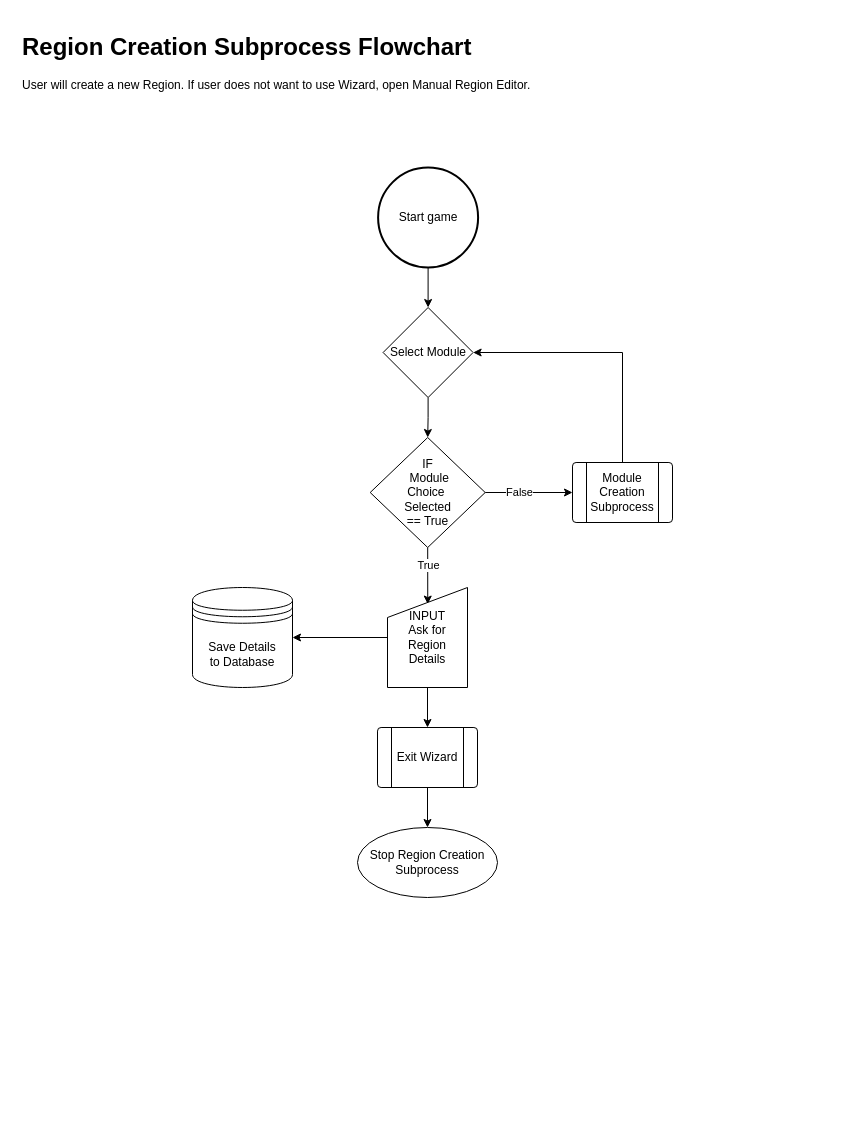
Above: Phase2/Flowcharts/modgodToolset/ModGod/Creation/Region/ModGodRegionCreationLuke.drawio in RPG-Research/bcirpg (draw.io), before the change. Source tidied: cells renumbered, new cells numbered last; positions are measured from the earlier drawing's top-left corner, leaving out a move shared by most shapes. Both pictures are drawn from the tidied source at 100%, with x=0, y=0 at pixel (17, 27).
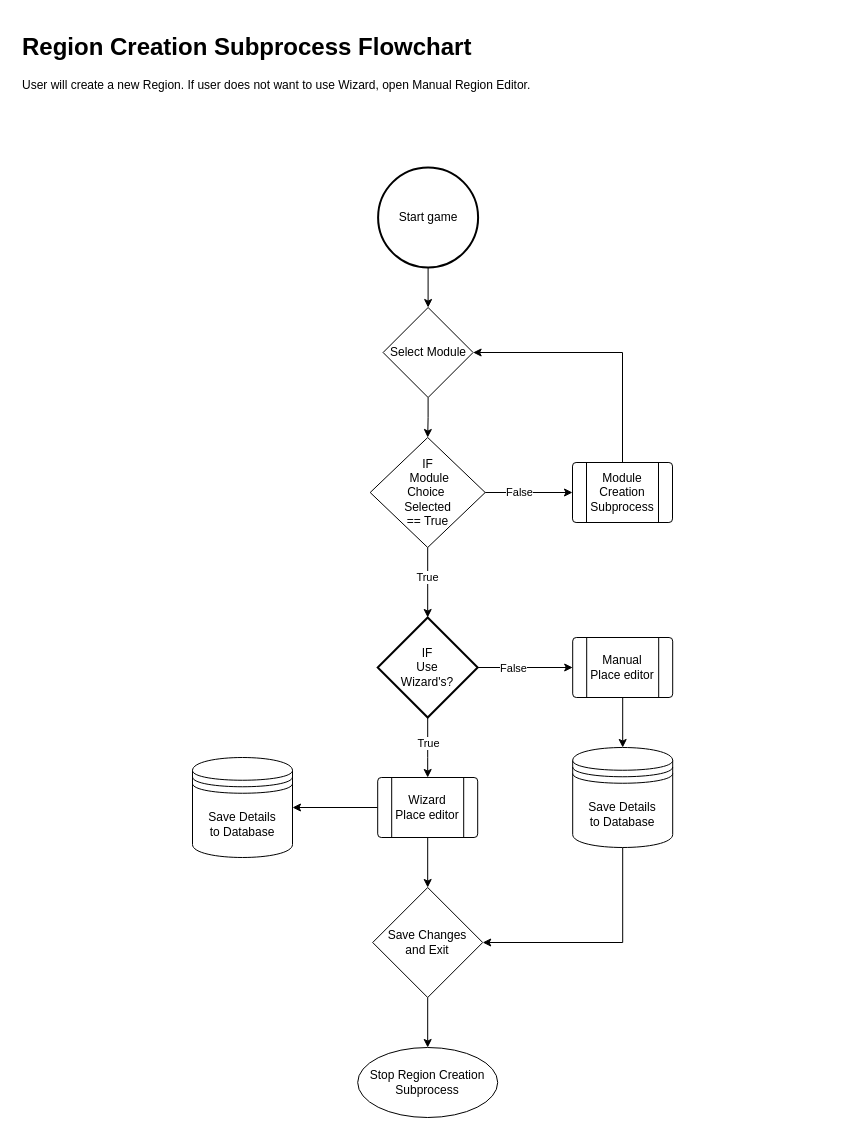
The same page after the edit.

Unchanged cells that the change refers to:
```xml
<mxCell id="15" value="IF&lt;br&gt;&amp;nbsp;Module&lt;br&gt;Choice&amp;nbsp;&lt;br&gt;Selected&lt;br&gt;== True" style="rhombus;whiteSpace=wrap;html=1;" parent="1" vertex="1">
  <mxGeometry x="352.7" y="410" width="115" height="110" as="geometry" />
</mxCell>
```

The edit, as a diff of the source:
```diff
@@
-    <mxCell id="4" style="edgeStyle=orthogonalEdgeStyle;rounded=0;jettySize=auto;html=1;entryX=0.503;entryY=0.166;entryDx=0;entryDy=0;entryPerimeter=0;exitX=0.5;exitY=1;exitDx=0;exitDy=0;" parent="1" edge="1" source="15" target="11">
+    <mxCell id="4" style="edgeStyle=orthogonalEdgeStyle;rounded=0;jettySize=auto;html=1;exitX=0.5;exitY=1;exitDx=0;exitDy=0;entryX=0.5;entryY=0;entryDx=0;entryDy=0;entryPerimeter=0;" parent="1" edge="1" source="15" target="30">
       <mxGeometry relative="1" as="geometry" />
     </mxCell>
-    <mxCell id="5" value="True" style="edgeLabel;html=1;align=center;verticalAlign=middle;" parent="4" vertex="1">
-      <mxGeometry x="-0.35" relative="1" as="geometry" />
-    </mxCell>
+    <mxCell id="21" value="True" style="edgeLabel;html=1;align=center;verticalAlign=middle;" parent="4" vertex="1">
+      <mxGeometry x="-0.16" y="-1" relative="1" as="geometry" />
+    </mxCell>
@@
-    <mxCell id="8" value="Stop Region Creation Subprocess" style="ellipse;whiteSpace=wrap;html=1;rounded=0;" parent="1" vertex="1">
-      <mxGeometry x="340" y="800" width="140" height="70" as="geometry" />
-    </mxCell>
-    <mxCell id="9" style="edgeStyle=orthogonalEdgeStyle;rounded=0;jettySize=auto;html=1;entryX=1;entryY=0.5;entryDx=0;entryDy=0;" parent="1" edge="1" source="11" target="12">
-      <mxGeometry relative="1" as="geometry" />
-    </mxCell>
-    <mxCell id="10" style="edgeStyle=orthogonalEdgeStyle;rounded=0;jettySize=auto;html=1;exitX=0.5;exitY=1;exitDx=0;exitDy=0;entryX=0.5;entryY=0;entryDx=0;entryDy=0;" parent="1" edge="1" source="11" target="19">
-      <mxGeometry relative="1" as="geometry" />
-    </mxCell>
-    <mxCell id="11" value="INPUT&lt;br&gt;Ask for Region Details" style="shape=manualInput;whiteSpace=wrap;html=1;" parent="1" vertex="1">
-      <mxGeometry x="370" y="560" width="80" height="100" as="geometry" />
-    </mxCell>
-    <mxCell id="12" value="Save Details&lt;br&gt;to&amp;nbsp;Database" style="shape=datastore;whiteSpace=wrap;html=1;" parent="1" vertex="1">
-      <mxGeometry x="175" y="560" width="100" height="100" as="geometry" />
-    </mxCell>
@@
-    <mxCell id="18" style="edgeStyle=orthogonalEdgeStyle;rounded=0;jettySize=auto;html=1;exitX=0.5;exitY=1;exitDx=0;exitDy=0;" parent="1" edge="1" source="19" target="8">
-      <mxGeometry relative="1" as="geometry" />
-    </mxCell>
-    <mxCell id="19" value="Exit Wizard" style="verticalLabelPosition=middle;verticalAlign=middle;html=1;shape=process;whiteSpace=wrap;rounded=1;size=0.14;arcSize=6;labelPosition=center;align=center;" parent="1" vertex="1">
-      <mxGeometry x="360" y="700" width="100" height="60" as="geometry" />
-    </mxCell>
@@
+    <mxCell id="8" value="Stop Region Creation Subprocess" style="ellipse;whiteSpace=wrap;html=1;rounded=0;" parent="1" vertex="1">
+      <mxGeometry x="340.2" y="1020" width="140" height="70" as="geometry" />
+    </mxCell>
+    <mxCell id="22" value="Save Details&lt;br&gt;to&amp;nbsp;Database" style="shape=datastore;whiteSpace=wrap;html=1;" parent="1" vertex="1">
+      <mxGeometry x="175" y="730" width="100" height="100" as="geometry" />
+    </mxCell>
+    <mxCell id="23" style="edgeStyle=orthogonalEdgeStyle;rounded=0;jettySize=auto;html=1;entryX=1;entryY=0.5;entryDx=0;entryDy=0;" parent="1" edge="1" source="25" target="22">
+      <mxGeometry relative="1" as="geometry" />
+    </mxCell>
+    <mxCell id="24" style="edgeStyle=orthogonalEdgeStyle;rounded=0;jettySize=auto;html=1;" parent="1" edge="1" source="25" target="34">
+      <mxGeometry relative="1" as="geometry" />
+    </mxCell>
+    <mxCell id="25" value="Wizard&lt;br&gt;Place editor" style="verticalLabelPosition=middle;verticalAlign=middle;html=1;shape=process;whiteSpace=wrap;rounded=1;size=0.14;arcSize=6;labelPosition=center;align=center;" parent="1" vertex="1">
+      <mxGeometry x="360.2" y="750" width="100" height="60" as="geometry" />
+    </mxCell>
+    <mxCell id="26" style="edgeStyle=orthogonalEdgeStyle;rounded=0;jettySize=auto;html=1;exitX=0.5;exitY=1;exitDx=0;exitDy=0;exitPerimeter=0;" parent="1" edge="1" source="30" target="25">
+      <mxGeometry relative="1" as="geometry">
+        <Array as="points">
+          <mxPoint x="410.2" y="730" />
+          <mxPoint x="410.2" y="730" />
+        </Array>
+      </mxGeometry>
+    </mxCell>
+    <mxCell id="27" value="True" style="edgeLabel;html=1;align=center;verticalAlign=middle;" parent="26" vertex="1">
+      <mxGeometry x="-0.17" relative="1" as="geometry" />
+    </mxCell>
+    <mxCell id="28" style="edgeStyle=orthogonalEdgeStyle;rounded=0;jettySize=auto;html=1;exitX=1;exitY=0.5;exitDx=0;exitDy=0;exitPerimeter=0;entryX=0;entryY=0.5;entryDx=0;entryDy=0;" parent="1" edge="1" source="30" target="32">
+      <mxGeometry relative="1" as="geometry" />
+    </mxCell>
+    <mxCell id="29" value="False" style="edgeLabel;html=1;align=center;verticalAlign=middle;" parent="28" vertex="1">
+      <mxGeometry x="-0.27" relative="1" as="geometry" />
+    </mxCell>
+    <mxCell id="30" value="IF&lt;br&gt;Use&lt;br&gt;Wizard's?" style="strokeWidth=2;html=1;shape=mxgraph.flowchart.decision;whiteSpace=wrap;" parent="1" vertex="1">
+      <mxGeometry x="360.2" y="590" width="100" height="100" as="geometry" />
+    </mxCell>
+    <mxCell id="31" style="edgeStyle=orthogonalEdgeStyle;rounded=0;jettySize=auto;html=1;exitX=0.5;exitY=1;exitDx=0;exitDy=0;entryX=0.5;entryY=0;entryDx=0;entryDy=0;" parent="1" edge="1" source="32" target="36">
+      <mxGeometry relative="1" as="geometry" />
+    </mxCell>
+    <mxCell id="32" value="Manual&lt;br&gt;Place editor" style="verticalLabelPosition=middle;verticalAlign=middle;html=1;shape=process;whiteSpace=wrap;rounded=1;size=0.14;arcSize=6;labelPosition=center;align=center;" parent="1" vertex="1">
+      <mxGeometry x="555.2" y="610" width="100" height="60" as="geometry" />
+    </mxCell>
+    <mxCell id="33" style="edgeStyle=orthogonalEdgeStyle;rounded=0;jettySize=auto;html=1;exitX=0.5;exitY=1;exitDx=0;exitDy=0;" parent="1" edge="1" source="34" target="8">
+      <mxGeometry relative="1" as="geometry" />
+    </mxCell>
+    <mxCell id="34" value="Save Changes &lt;br&gt;and&amp;nbsp;Exit" style="rhombus;whiteSpace=wrap;html=1;" parent="1" vertex="1">
+      <mxGeometry x="355.2" y="860" width="110" height="110" as="geometry" />
+    </mxCell>
+    <mxCell id="35" style="edgeStyle=orthogonalEdgeStyle;rounded=0;jettySize=auto;html=1;entryX=1;entryY=0.5;entryDx=0;entryDy=0;" parent="1" edge="1" source="36" target="34">
+      <mxGeometry relative="1" as="geometry">
+        <Array as="points">
+          <mxPoint x="605" y="915" />
+        </Array>
+      </mxGeometry>
+    </mxCell>
+    <mxCell id="36" value="Save Details&lt;br&gt;to&amp;nbsp;Database" style="shape=datastore;whiteSpace=wrap;html=1;" parent="1" vertex="1">
+      <mxGeometry x="555.2" y="720" width="100" height="100" as="geometry" />
+    </mxCell>
```
